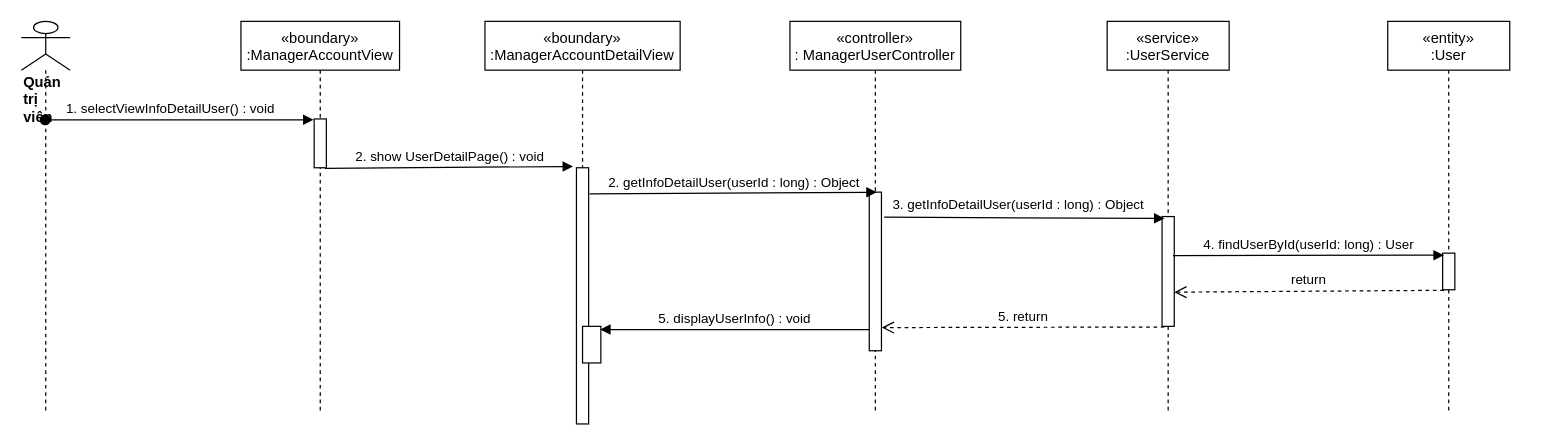
Before: sequence diagram/view-Detail-Info-User.drawio in nguyenphamvan/datn_20202, a draw.io diagram. Source tidied: cells renumbered, new cells numbered last; positions are measured from the earlier drawing's top-left corner, leaving out a move shared by most shapes. Both pictures are drawn from the tidied source at 122%, with x=0, y=0 at pixel (21, 21).
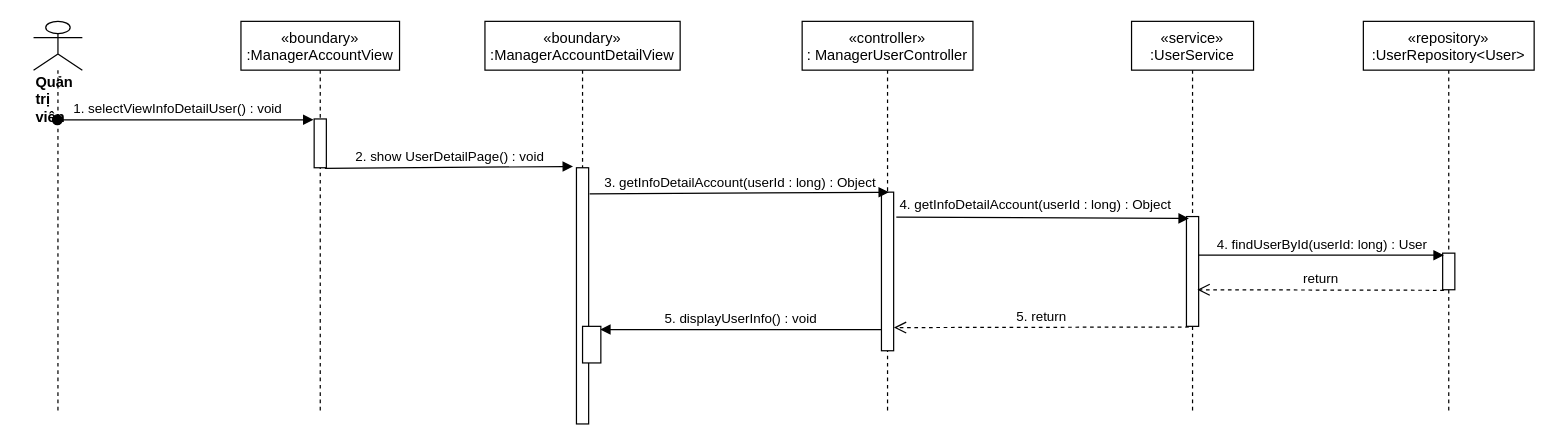
The same page after the edit.

The change refers to these unchanged cells:
```xml
<mxCell id="5" style="points=[];perimeter=orthogonalPerimeter;rounded=0;shadow=0;strokeWidth=1;" parent="4" vertex="1">
  <mxGeometry x="65" y="140" width="10" height="130" as="geometry" />
</mxCell>
<mxCell id="9" style="points=[];perimeter=orthogonalPerimeter;rounded=0;shadow=0;strokeWidth=1;" parent="8" vertex="1">
  <mxGeometry x="45" y="160" width="10" height="90" as="geometry" />
</mxCell>
<mxCell id="11" style="html=1;verticalAlign=bottom;endArrow=block;entryX=0.2;entryY=0.017;entryDx=0;entryDy=0;entryPerimeter=0;exitX=1.22;exitY=0.158;exitDx=0;exitDy=0;exitPerimeter=0;" parent="1" edge="1" source="5" target="9">
  <mxGeometry relative="1" as="geometry" />
</mxCell>
<mxCell id="20" style="points=[];perimeter=orthogonalPerimeter;rounded=0;shadow=0;strokeWidth=1;" parent="19" vertex="1">
  <mxGeometry x="75" y="120" width="10" height="210" as="geometry" />
</mxCell>
```

Change to the diagram source:
```diff
@@
     <mxCell id="4" value="«controller»&#10;: ManagerUserController" style="shape=umlLifeline;perimeter=lifelinePerimeter;rounded=0;shadow=0;strokeWidth=1;" parent="1" vertex="1">
-      <mxGeometry x="630" width="140" height="320" as="geometry" />
+      <mxGeometry x="640" width="140" height="320" as="geometry" />
     </mxCell>
@@
     <mxCell id="6" value="&lt;div&gt;&lt;b&gt;Quản trị viên&lt;/b&gt;&lt;/div&gt;" style="shape=umlLifeline;participant=umlActor;perimeter=lifelinePerimeter;whiteSpace=wrap;html=1;verticalAlign=top;spacingTop=36;outlineConnect=0;align=left;size=40;" parent="1" vertex="1">
-      <mxGeometry width="40" height="320" as="geometry" />
+      <mxGeometry x="10" width="40" height="320" as="geometry" />
     </mxCell>
@@
     <mxCell id="8" value="«service»&#10;:UserService" style="shape=umlLifeline;perimeter=lifelinePerimeter;rounded=0;shadow=0;strokeWidth=1;" parent="1" vertex="1">
-      <mxGeometry x="890" width="100" height="320" as="geometry" />
+      <mxGeometry x="910" width="100" height="320" as="geometry" />
     </mxCell>
@@
-    <mxCell id="10" value="2. getInfoDetailUser(userId : long) : Object" style="html=1;verticalAlign=bottom;endArrow=block;entryX=0.617;entryY=0.001;entryDx=0;entryDy=0;entryPerimeter=0;exitX=1.08;exitY=0.102;exitDx=0;exitDy=0;exitPerimeter=0;" parent="1" edge="1" source="20" target="5">
+    <mxCell id="10" value="3. getInfoDetailAccount(userId : long) : Object" style="html=1;verticalAlign=bottom;endArrow=block;entryX=0.617;entryY=0.001;entryDx=0;entryDy=0;entryPerimeter=0;exitX=1.08;exitY=0.102;exitDx=0;exitDy=0;exitPerimeter=0;" parent="1" edge="1" source="20" target="5">
       <mxGeometry relative="1" as="geometry" />
     </mxCell>
@@
-    <mxCell id="12" value="3. getInfoDetailUser(userId : long) : Object" style="edgeLabel;html=1;align=center;verticalAlign=middle;" parent="11" vertex="1">
+    <mxCell id="12" value="4. getInfoDetailAccount(userId : long) : Object" style="edgeLabel;html=1;align=center;verticalAlign=middle;" parent="11" vertex="1">
       <mxGeometry x="-0.08" y="4" relative="1" as="geometry">
         <mxPoint x="3" y="-7" as="offset" />
       </mxGeometry>
     </mxCell>
@@
-    <mxCell id="15" value="«entity»&#10;:User" style="shape=umlLifeline;perimeter=lifelinePerimeter;rounded=0;shadow=0;strokeWidth=1;" parent="1" vertex="1">
-      <mxGeometry x="1120" width="100" height="320" as="geometry" />
+    <mxCell id="15" value="«repository»&#10;:UserRepository&lt;User&gt;" style="shape=umlLifeline;perimeter=lifelinePerimeter;rounded=0;shadow=0;strokeWidth=1;" parent="1" vertex="1">
+      <mxGeometry x="1100" width="140" height="320" as="geometry" />
     </mxCell>
     <mxCell id="16" style="points=[];perimeter=orthogonalPerimeter;rounded=0;shadow=0;strokeWidth=1;" parent="15" vertex="1">
-      <mxGeometry x="45" y="190" width="10" height="30" as="geometry" />
+      <mxGeometry x="65" y="190" width="10" height="30" as="geometry" />
     </mxCell>
-    <mxCell id="17" value="4. findUserById(userId: long) : User" style="html=1;verticalAlign=bottom;endArrow=block;entryX=0.1;entryY=0.055;entryDx=0;entryDy=0;entryPerimeter=0;" parent="1" edge="1" target="16">
-      <mxGeometry relative="1" as="geometry">
-        <mxPoint x="944" y="192" as="sourcePoint" />
-      </mxGeometry>
+    <mxCell id="17" value="4. findUserById(userId: long) : User" style="html=1;verticalAlign=bottom;endArrow=block;entryX=0.1;entryY=0.055;entryDx=0;entryDy=0;entryPerimeter=0;" parent="1" edge="1" source="9" target="16">
+      <mxGeometry relative="1" as="geometry" />
     </mxCell>
-    <mxCell id="18" value="return" style="html=1;verticalAlign=bottom;endArrow=open;dashed=1;endSize=8;exitX=0.1;exitY=1.015;exitDx=0;exitDy=0;exitPerimeter=0;" parent="1" edge="1" source="16">
-      <mxGeometry relative="1" as="geometry">
-        <mxPoint x="945" y="222" as="targetPoint" />
-      </mxGeometry>
+    <mxCell id="18" value="return" style="html=1;verticalAlign=bottom;endArrow=open;dashed=1;endSize=8;exitX=0.1;exitY=1.015;exitDx=0;exitDy=0;exitPerimeter=0;entryX=0.9;entryY=0.667;entryDx=0;entryDy=0;entryPerimeter=0;" parent="1" edge="1" source="16" target="9">
+      <mxGeometry relative="1" as="geometry" />
     </mxCell>
```
